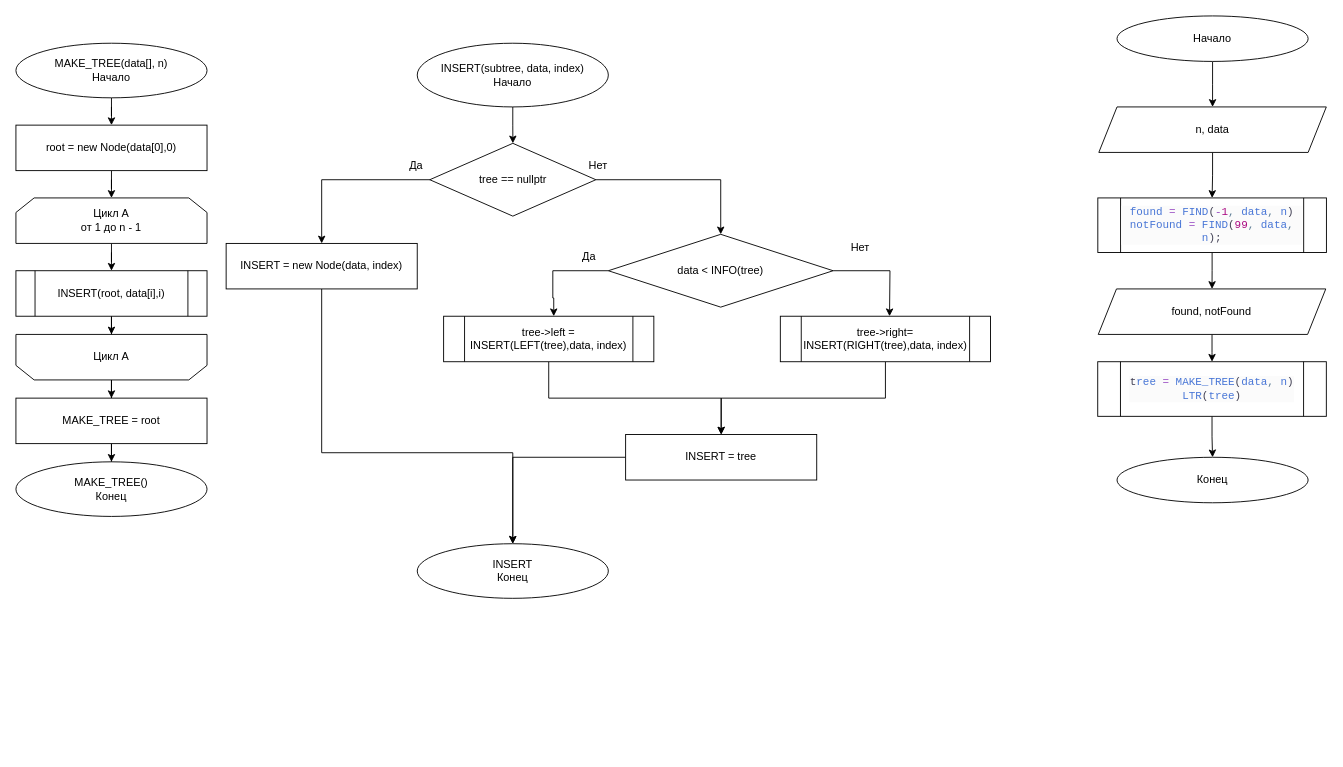
Earlier version of the draw.io diagram Algs/Диаграмма без названия(1).drawio (R3nnyWeb/labs7). Source tidied: cells renumbered, new cells numbered last; positions are measured from the earlier drawing's top-left corner, leaving out a move shared by most shapes. Both pictures are drawn from the tidied source at 91%, with x=0, y=0 at pixel (15, 15).
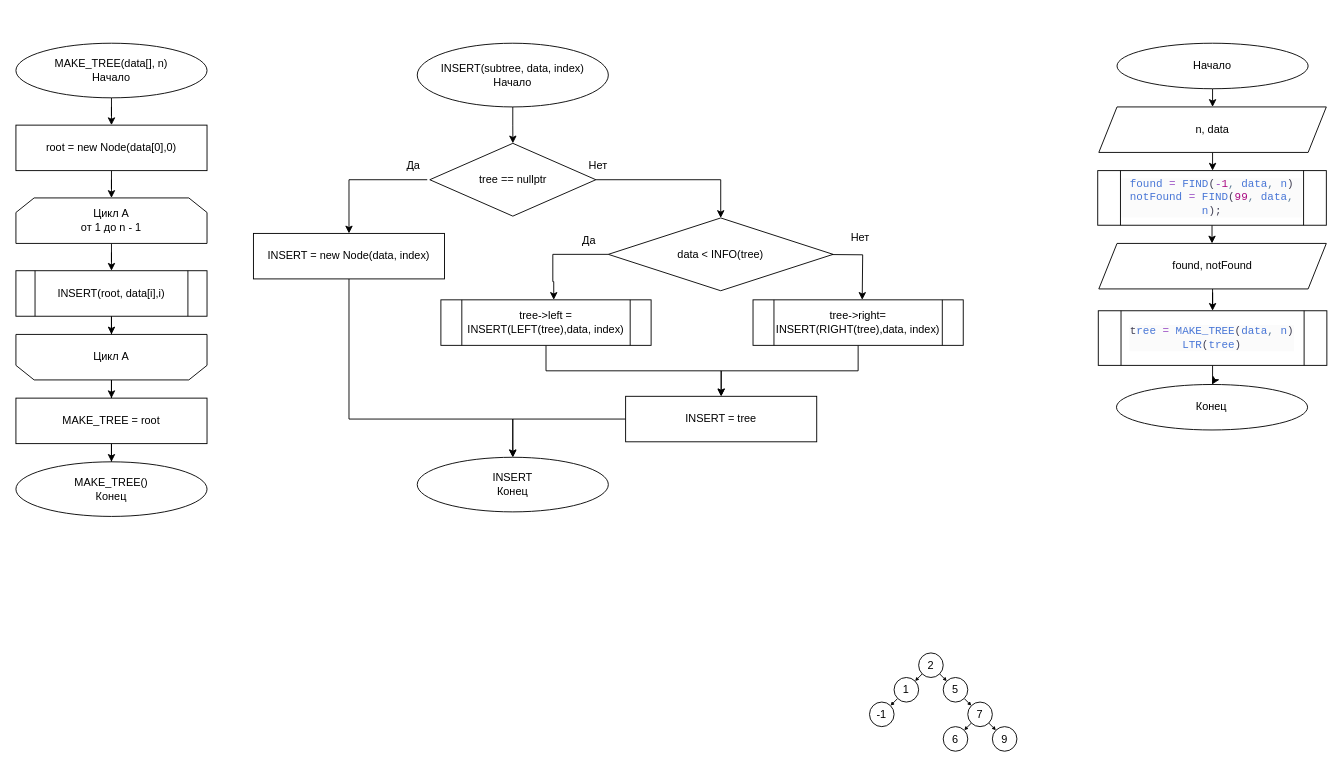
Above is the later version.

Diff of the diagram source:
```diff
@@
     <mxCell id="18" style="edgeStyle=orthogonalEdgeStyle;rounded=0;jettySize=auto;html=1;entryX=0.5;entryY=0;entryDx=0;entryDy=0;exitX=0.75;exitY=1;exitDx=0;exitDy=0;" parent="1" edge="1" source="23" target="22">
       <mxGeometry relative="1" as="geometry">
         <Array as="points">
-          <mxPoint x="336" y="180" />
+          <mxPoint x="366" y="180" />
         </Array>
       </mxGeometry>
     </mxCell>
@@
     <mxCell id="21" style="edgeStyle=orthogonalEdgeStyle;rounded=0;jettySize=auto;html=1;entryX=0.5;entryY=0;entryDx=0;entryDy=0;" parent="1" edge="1" source="22" target="36">
       <mxGeometry relative="1" as="geometry">
         <Array as="points">
-          <mxPoint x="336" y="480" />
-          <mxPoint x="546" y="480" />
+          <mxPoint x="366" y="443" />
+          <mxPoint x="546" y="443" />
         </Array>
       </mxGeometry>
     </mxCell>
     <mxCell id="22" value="INSERT = new Node(data, index)" style="rounded=0;whiteSpace=wrap;html=1;" parent="1" vertex="1">
-      <mxGeometry x="231" y="250" width="210" height="50" as="geometry" />
+      <mxGeometry x="261" y="239" width="210" height="50" as="geometry" />
     </mxCell>
     <mxCell id="23" value="&lt;div&gt;Да&lt;/div&gt;" style="text;html=1;strokeColor=none;fillColor=none;align=center;verticalAlign=middle;whiteSpace=wrap;rounded=0;" parent="1" vertex="1">
-      <mxGeometry x="410" y="150" width="60" height="30" as="geometry" />
+      <mxGeometry x="407" y="150" width="60" height="30" as="geometry" />
     </mxCell>
     <mxCell id="24" style="edgeStyle=orthogonalEdgeStyle;rounded=0;jettySize=auto;html=1;" parent="1" edge="1" source="26">
       <mxGeometry relative="1" as="geometry">
-        <mxPoint x="591" y="330" as="targetPoint" />
+        <mxPoint x="591" y="312" as="targetPoint" />
         <Array as="points">
-          <mxPoint x="590" y="280" />
-          <mxPoint x="590" y="310" />
-          <mxPoint x="591" y="310" />
+          <mxPoint x="590" y="262" />
+          <mxPoint x="590" y="292" />
+          <mxPoint x="591" y="292" />
         </Array>
       </mxGeometry>
     </mxCell>
-    <mxCell id="25" style="edgeStyle=orthogonalEdgeStyle;rounded=0;jettySize=auto;html=1;" parent="1" edge="1" source="26">
+    <mxCell id="25" style="edgeStyle=orthogonalEdgeStyle;rounded=0;orthogonalLoop=1;jettySize=auto;html=1;" parent="1" edge="1">
       <mxGeometry relative="1" as="geometry">
-        <mxPoint x="960" y="330" as="targetPoint" />
+        <mxPoint x="868" y="262" as="sourcePoint" />
+        <mxPoint x="930" y="312" as="targetPoint" />
       </mxGeometry>
     </mxCell>
     <mxCell id="26" value="data &amp;lt; INFO(tree)" style="rhombus;whiteSpace=wrap;html=1;" parent="1" vertex="1">
-      <mxGeometry x="651" y="240" width="247" height="80" as="geometry" />
+      <mxGeometry x="651" y="222" width="247" height="80" as="geometry" />
     </mxCell>
@@
     <mxCell id="29" value="tree-&amp;gt;left = INSERT(LEFT(tree),data, index)" style="shape=process;whiteSpace=wrap;html=1;backgroundOutline=1;" parent="1" vertex="1">
-      <mxGeometry x="470" y="330" width="231" height="50" as="geometry" />
+      <mxGeometry x="467" y="312" width="231" height="50" as="geometry" />
     </mxCell>
     <mxCell id="30" value="Да" style="text;html=1;strokeColor=none;fillColor=none;align=center;verticalAlign=middle;whiteSpace=wrap;rounded=0;" parent="1" vertex="1">
-      <mxGeometry x="600" y="250" width="60" height="30" as="geometry" />
+      <mxGeometry x="600" y="232" width="60" height="30" as="geometry" />
     </mxCell>
     <mxCell id="31" value="Нет" style="text;html=1;strokeColor=none;fillColor=none;align=center;verticalAlign=middle;whiteSpace=wrap;rounded=0;" parent="1" vertex="1">
-      <mxGeometry x="898" y="240" width="60" height="30" as="geometry" />
+      <mxGeometry x="898" y="229" width="60" height="30" as="geometry" />
     </mxCell>
@@
     <mxCell id="33" value="tree-&amp;gt;right= INSERT(RIGHT(tree),data, index)" style="shape=process;whiteSpace=wrap;html=1;backgroundOutline=1;" parent="1" vertex="1">
-      <mxGeometry x="840" y="330" width="231" height="50" as="geometry" />
+      <mxGeometry x="810" y="312" width="231" height="50" as="geometry" />
     </mxCell>
@@
     <mxCell id="35" value="INSERT = tree" style="rounded=0;whiteSpace=wrap;html=1;" parent="1" vertex="1">
-      <mxGeometry x="670" y="460" width="210" height="50" as="geometry" />
+      <mxGeometry x="670" y="418" width="210" height="50" as="geometry" />
     </mxCell>
     <mxCell id="36" value="&lt;div&gt;INSERT&lt;br&gt;Конец&lt;br&gt;&lt;/div&gt;" style="ellipse;whiteSpace=wrap;html=1;" parent="1" vertex="1">
-      <mxGeometry x="441" y="580" width="210" height="60" as="geometry" />
+      <mxGeometry x="441" y="485" width="210" height="60" as="geometry" />
     </mxCell>
@@
     <mxCell id="38" value="Начало" style="ellipse;whiteSpace=wrap;html=1;" parent="1" vertex="1">
-      <mxGeometry x="1210" width="210" height="50" as="geometry" />
+      <mxGeometry x="1210" y="30" width="210" height="50" as="geometry" />
     </mxCell>
@@
     <mxCell id="42" value="&lt;div style=&quot;background-color: rgb(251, 251, 251); color: rgb(64, 63, 83); font-family: &amp;quot;JetBrains Mono&amp;quot;, monospace; font-size: 9pt;&quot;&gt;&lt;span style=&quot;color:#4876d6;&quot;&gt;found &lt;/span&gt;&lt;span style=&quot;color:#994cc3;&quot;&gt;= &lt;/span&gt;&lt;span style=&quot;color:#4876d6;&quot;&gt;FIND&lt;/span&gt;(&lt;span style=&quot;color:#994cc3;&quot;&gt;-&lt;/span&gt;&lt;span style=&quot;color:#aa0982;&quot;&gt;1&lt;/span&gt;&lt;span style=&quot;color:#5f7e97;&quot;&gt;, &lt;/span&gt;&lt;span style=&quot;color:#4876d6;&quot;&gt;data&lt;/span&gt;&lt;span style=&quot;color:#5f7e97;&quot;&gt;, &lt;/span&gt;&lt;span style=&quot;color:#4876d6;&quot;&gt;n&lt;/span&gt;)&lt;/div&gt;&lt;div style=&quot;background-color: rgb(251, 251, 251); color: rgb(64, 63, 83); font-family: &amp;quot;JetBrains Mono&amp;quot;, monospace; font-size: 9pt;&quot;&gt;&lt;span style=&quot;color:#4876d6;&quot;&gt;notFound &lt;/span&gt;&lt;span style=&quot;color:#994cc3;&quot;&gt;= &lt;/span&gt;&lt;span style=&quot;color:#4876d6;&quot;&gt;FIND&lt;/span&gt;(&lt;span style=&quot;color:#aa0982;&quot;&gt;99&lt;/span&gt;&lt;span style=&quot;color:#5f7e97;&quot;&gt;, &lt;/span&gt;&lt;span style=&quot;color:#4876d6;&quot;&gt;data&lt;/span&gt;&lt;span style=&quot;color:#5f7e97;&quot;&gt;, &lt;/span&gt;&lt;span style=&quot;color:#4876d6;&quot;&gt;n&lt;/span&gt;);&lt;/div&gt;" style="shape=process;whiteSpace=wrap;html=1;backgroundOutline=1;" parent="1" vertex="1">
-      <mxGeometry x="1188.9" y="200" width="251.2" height="60" as="geometry" />
+      <mxGeometry x="1188.8" y="170" width="251.2" height="60" as="geometry" />
     </mxCell>
@@
     <mxCell id="44" value="found, notFound" style="shape=parallelogram;perimeter=parallelogramPerimeter;whiteSpace=wrap;html=1;fixedSize=1;" parent="1" vertex="1">
-      <mxGeometry x="1189.4" y="300" width="250" height="50" as="geometry" />
+      <mxGeometry x="1190" y="250" width="250" height="50" as="geometry" />
     </mxCell>
@@
     <mxCell id="46" value="&lt;div style=&quot;background-color: rgb(251, 251, 251); color: rgb(64, 63, 83); font-family: &amp;quot;JetBrains Mono&amp;quot;, monospace; font-size: 9pt;&quot;&gt;t&lt;span style=&quot;color:#4876d6;&quot;&gt;ree &lt;/span&gt;&lt;span style=&quot;color:#994cc3;&quot;&gt;= &lt;/span&gt;&lt;span style=&quot;color:#4876d6;&quot;&gt;MAKE_TREE&lt;/span&gt;(&lt;span style=&quot;color:#4876d6;&quot;&gt;data&lt;/span&gt;&lt;span style=&quot;color:#5f7e97;&quot;&gt;, &lt;/span&gt;&lt;span style=&quot;color:#4876d6;&quot;&gt;n&lt;/span&gt;)&lt;br&gt;&lt;span style=&quot;color:#4876d6;&quot;&gt;LTR&lt;/span&gt;(&lt;span style=&quot;color:#4876d6;&quot;&gt;tree&lt;/span&gt;)&lt;/div&gt;" style="shape=process;whiteSpace=wrap;html=1;backgroundOutline=1;" parent="1" vertex="1">
-      <mxGeometry x="1188.8" y="380" width="251.2" height="60" as="geometry" />
+      <mxGeometry x="1189.4" y="324" width="251.2" height="60" as="geometry" />
     </mxCell>
     <mxCell id="47" value="Конец" style="ellipse;whiteSpace=wrap;html=1;" parent="1" vertex="1">
-      <mxGeometry x="1210" y="485" width="210" height="50" as="geometry" />
+      <mxGeometry x="1209.4" y="405" width="210" height="50" as="geometry" />
     </mxCell>
+    <mxCell id="48" style="rounded=0;jettySize=auto;html=1;exitX=0;exitY=1;exitDx=0;exitDy=0;entryX=1;entryY=0;entryDx=0;entryDy=0;jumpSize=5;endSize=2;" parent="1" edge="1" source="50" target="54">
+      <mxGeometry relative="1" as="geometry" />
+    </mxCell>
+    <mxCell id="49" style="edgeStyle=none;rounded=0;jettySize=auto;html=1;exitX=1;exitY=1;exitDx=0;exitDy=0;entryX=0;entryY=0;entryDx=0;entryDy=0;endSize=2;" parent="1" edge="1" source="50" target="52">
+      <mxGeometry relative="1" as="geometry" />
+    </mxCell>
+    <mxCell id="50" value="2" style="ellipse;whiteSpace=wrap;html=1;" parent="1" vertex="1">
+      <mxGeometry x="992" y="700" width="27" height="27" as="geometry" />
+    </mxCell>
+    <mxCell id="51" style="edgeStyle=none;rounded=0;jettySize=auto;html=1;exitX=1;exitY=1;exitDx=0;exitDy=0;entryX=0;entryY=0;entryDx=0;entryDy=0;endSize=2;" parent="1" edge="1" source="52" target="60">
+      <mxGeometry relative="1" as="geometry" />
+    </mxCell>
+    <mxCell id="52" value="5" style="ellipse;whiteSpace=wrap;html=1;" parent="1" vertex="1">
+      <mxGeometry x="1019" y="727" width="27" height="27" as="geometry" />
+    </mxCell>
+    <mxCell id="53" style="rounded=0;jettySize=auto;html=1;exitX=0;exitY=1;exitDx=0;exitDy=0;entryX=1;entryY=0;entryDx=0;entryDy=0;endSize=2;" parent="1" edge="1" source="54" target="55">
+      <mxGeometry relative="1" as="geometry" />
+    </mxCell>
+    <mxCell id="54" value="1" style="ellipse;whiteSpace=wrap;html=1;" parent="1" vertex="1">
+      <mxGeometry x="965" y="727" width="27" height="27" as="geometry" />
+    </mxCell>
+    <mxCell id="55" value="-1" style="ellipse;whiteSpace=wrap;html=1;" parent="1" vertex="1">
+      <mxGeometry x="938" y="754" width="27" height="27" as="geometry" />
+    </mxCell>
+    <mxCell id="56" value="9" style="ellipse;whiteSpace=wrap;html=1;" parent="1" vertex="1">
+      <mxGeometry x="1073" y="781" width="27" height="27" as="geometry" />
+    </mxCell>
+    <mxCell id="57" value="6" style="ellipse;whiteSpace=wrap;html=1;" parent="1" vertex="1">
+      <mxGeometry x="1019" y="781" width="27" height="27" as="geometry" />
+    </mxCell>
+    <mxCell id="58" style="edgeStyle=none;rounded=0;jettySize=auto;html=1;exitX=0;exitY=1;exitDx=0;exitDy=0;entryX=1;entryY=0;entryDx=0;entryDy=0;endSize=2;" parent="1" edge="1" source="60" target="57">
+      <mxGeometry relative="1" as="geometry" />
+    </mxCell>
+    <mxCell id="59" style="edgeStyle=none;rounded=0;jettySize=auto;html=1;exitX=1;exitY=1;exitDx=0;exitDy=0;entryX=0;entryY=0;entryDx=0;entryDy=0;endSize=2;" parent="1" edge="1" source="60" target="56">
+      <mxGeometry relative="1" as="geometry" />
+    </mxCell>
+    <mxCell id="60" value="7" style="ellipse;whiteSpace=wrap;html=1;" parent="1" vertex="1">
+      <mxGeometry x="1046" y="754" width="27" height="27" as="geometry" />
+    </mxCell>
```
